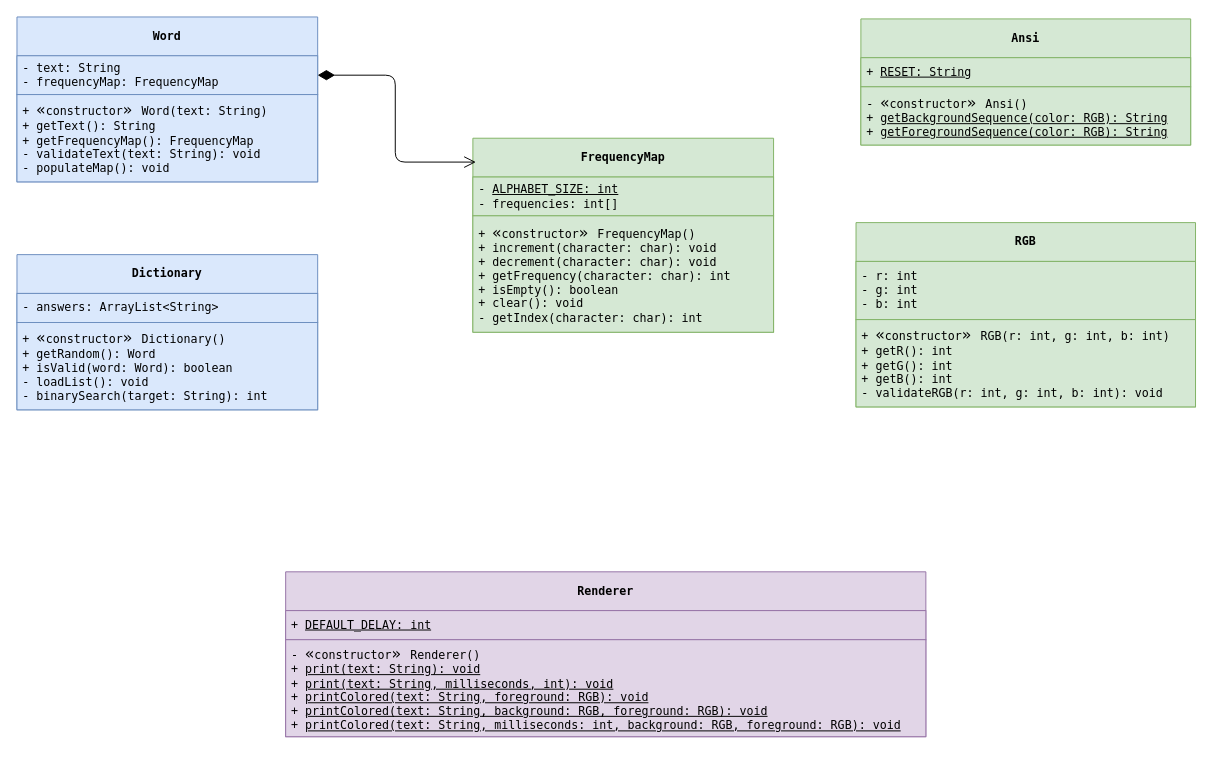
Before: assets/wordle-class-diagram.drawio in actuallyhollow/basic-wordle-java, a draw.io diagram. Source tidied: cells renumbered, new cells numbered last; positions are measured from the earlier drawing's top-left corner, leaving out a move shared by most shapes. Both pictures are drawn from the tidied source at 97%, with x=0, y=0 at pixel (16, 16).
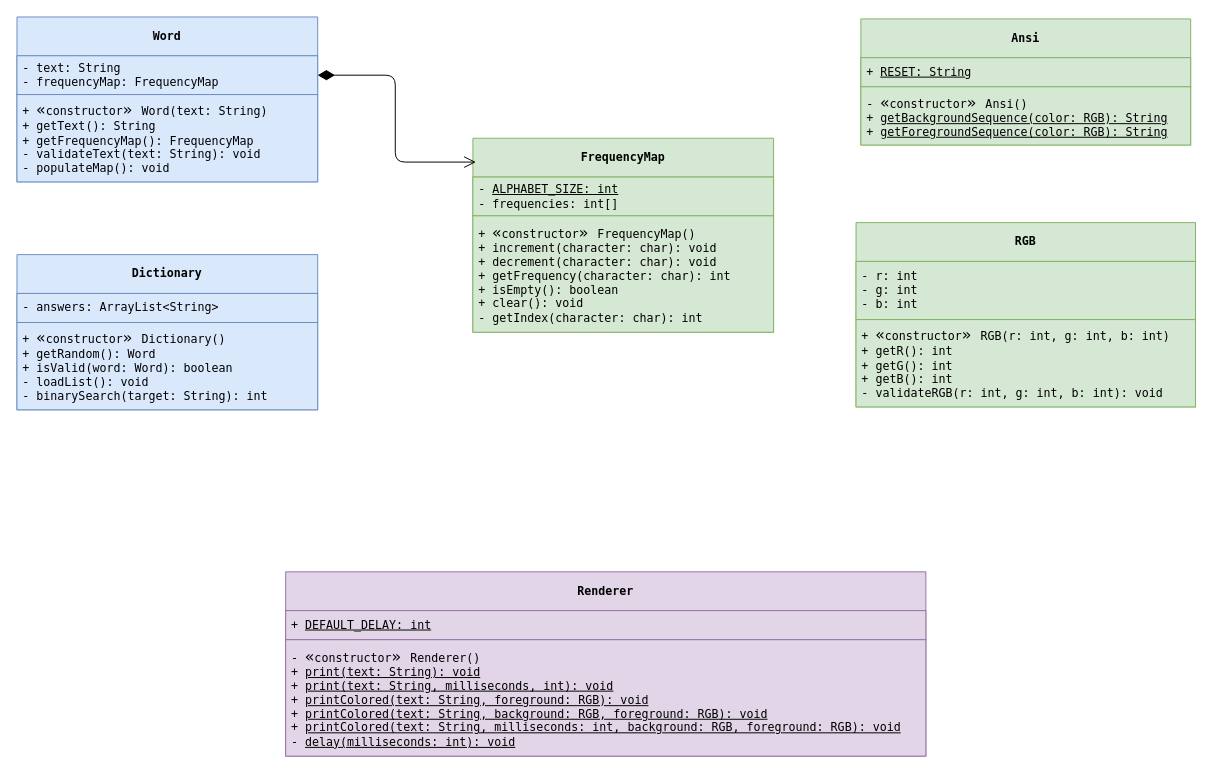
After the change.

Commit message (it also covers changes not shown here):
docs: add missing delay method to Renderer UML

* Add Renderer's delay() helper method to the UML class diagram.
* Export updated SVG image to reflect accurate architecture.

What changed in the source:
```diff
@@
     <mxCell id="18" value="&lt;div&gt;&lt;span style=&quot;background-color: transparent;&quot;&gt;&lt;font style=&quot;&quot; face=&quot;Menlo, Monaco, 'Courier New', monospace&quot;&gt;Renderer&lt;/font&gt;&lt;/span&gt;&lt;/div&gt;" style="swimlane;fontStyle=1;align=center;verticalAlign=middle;horizontal=1;startSize=40;whiteSpace=wrap;html=1;fillColor=#e1d5e7;strokeColor=#9673a6;" parent="1" vertex="1">
-      <mxGeometry x="277" y="572" width="660" height="170" as="geometry" />
+      <mxGeometry x="277" y="572" width="660" height="190" as="geometry" />
     </mxCell>
@@
-    <mxCell id="20" value="&lt;div&gt;-&amp;nbsp;&lt;span style=&quot;background-color: transparent; scrollbar-color: rgb(75, 75, 75) rgb(27, 29, 30); font-size: medium; caret-color: rgb(0, 0, 0);&quot;&gt;«&lt;/span&gt;&lt;span style=&quot;background-color: transparent; scrollbar-color: rgb(75, 75, 75) rgb(27, 29, 30); text-align: center;&quot;&gt;constructor&lt;/span&gt;&lt;span style=&quot;background-color: transparent; scrollbar-color: rgb(75, 75, 75) rgb(27, 29, 30); font-size: medium; caret-color: rgb(0, 0, 0);&quot;&gt;&lt;font face=&quot;Menlo, Monaco, 'Courier New', monospace&quot;&gt;»&amp;nbsp;&lt;/font&gt;&lt;/span&gt;&lt;span style=&quot;background-color: transparent;&quot;&gt;Renderer()&lt;/span&gt;&lt;/div&gt;&lt;div&gt;&lt;span style=&quot;background-color: transparent;&quot;&gt;+ &lt;u&gt;print(text: String): void&lt;/u&gt;&lt;/span&gt;&lt;/div&gt;&lt;div&gt;&lt;span style=&quot;background-color: transparent;&quot;&gt;+ &lt;u&gt;print(text: String, milliseconds, int): void&lt;/u&gt;&lt;/span&gt;&lt;/div&gt;&lt;div&gt;&lt;span style=&quot;background-color: transparent;&quot;&gt;+ &lt;u&gt;printColored(text: String, foreground: RGB): void&lt;/u&gt;&lt;/span&gt;&lt;/div&gt;&lt;div&gt;&lt;span style=&quot;background-color: transparent;&quot;&gt;+ &lt;u&gt;printColored(text: String, background: RGB, foreground: RGB): void&lt;/u&gt;&lt;/span&gt;&lt;/div&gt;&lt;div&gt;&lt;span style=&quot;background-color: transparent;&quot;&gt;+ &lt;u&gt;printColored(text: String, milliseconds: int, background: RGB, foreground: RGB): void&lt;/u&gt;&lt;/span&gt;&lt;/div&gt;&lt;div&gt;&lt;div style=&quot;scrollbar-color: rgb(75, 75, 75) rgb(27, 29, 30);&quot;&gt;&lt;div style=&quot;scrollbar-color: rgb(75, 75, 75) rgb(27, 29, 30);&quot;&gt;&lt;/div&gt;&lt;/div&gt;&lt;/div&gt;" style="text;align=left;verticalAlign=middle;spacingLeft=4;spacingRight=4;overflow=hidden;whiteSpace=wrap;html=1;fontFamily=Menlo, Monaco, 'Courier New', monospace;fillColor=#e1d5e7;strokeColor=#9673a6;" parent="18" vertex="1">
-      <mxGeometry y="70" width="660" height="100" as="geometry" />
+    <mxCell id="20" value="&lt;div&gt;-&amp;nbsp;&lt;span style=&quot;background-color: transparent; scrollbar-color: rgb(75, 75, 75) rgb(27, 29, 30); font-size: medium; caret-color: rgb(0, 0, 0);&quot;&gt;«&lt;/span&gt;&lt;span style=&quot;background-color: transparent; scrollbar-color: rgb(75, 75, 75) rgb(27, 29, 30); text-align: center;&quot;&gt;constructor&lt;/span&gt;&lt;span style=&quot;background-color: transparent; scrollbar-color: rgb(75, 75, 75) rgb(27, 29, 30); font-size: medium; caret-color: rgb(0, 0, 0);&quot;&gt;&lt;font face=&quot;Menlo, Monaco, 'Courier New', monospace&quot;&gt;»&amp;nbsp;&lt;/font&gt;&lt;/span&gt;&lt;span style=&quot;background-color: transparent;&quot;&gt;Renderer()&lt;/span&gt;&lt;/div&gt;&lt;div&gt;&lt;span style=&quot;background-color: transparent;&quot;&gt;+ &lt;u&gt;print(text: String): void&lt;/u&gt;&lt;/span&gt;&lt;/div&gt;&lt;div&gt;&lt;span style=&quot;background-color: transparent;&quot;&gt;+ &lt;u&gt;print(text: String, milliseconds, int): void&lt;/u&gt;&lt;/span&gt;&lt;/div&gt;&lt;div&gt;&lt;span style=&quot;background-color: transparent;&quot;&gt;+ &lt;u&gt;printColored(text: String, foreground: RGB): void&lt;/u&gt;&lt;/span&gt;&lt;/div&gt;&lt;div&gt;&lt;span style=&quot;background-color: transparent;&quot;&gt;+ &lt;u&gt;printColored(text: String, background: RGB, foreground: RGB): void&lt;/u&gt;&lt;/span&gt;&lt;/div&gt;&lt;div&gt;&lt;span style=&quot;background-color: transparent;&quot;&gt;+ &lt;u&gt;printColored(text: String, milliseconds: int, background: RGB, foreground: RGB): void&lt;/u&gt;&lt;/span&gt;&lt;/div&gt;&lt;div&gt;- &lt;u&gt;delay(milliseconds: int): void&lt;/u&gt;&lt;/div&gt;&lt;div&gt;&lt;div style=&quot;scrollbar-color: rgb(75, 75, 75) rgb(27, 29, 30);&quot;&gt;&lt;div style=&quot;scrollbar-color: rgb(75, 75, 75) rgb(27, 29, 30);&quot;&gt;&lt;/div&gt;&lt;/div&gt;&lt;/div&gt;" style="text;align=left;verticalAlign=middle;spacingLeft=4;spacingRight=4;overflow=hidden;whiteSpace=wrap;html=1;fontFamily=Menlo, Monaco, 'Courier New', monospace;fillColor=#e1d5e7;strokeColor=#9673a6;" parent="18" vertex="1">
+      <mxGeometry y="70" width="660" height="120" as="geometry" />
     </mxCell>
```
